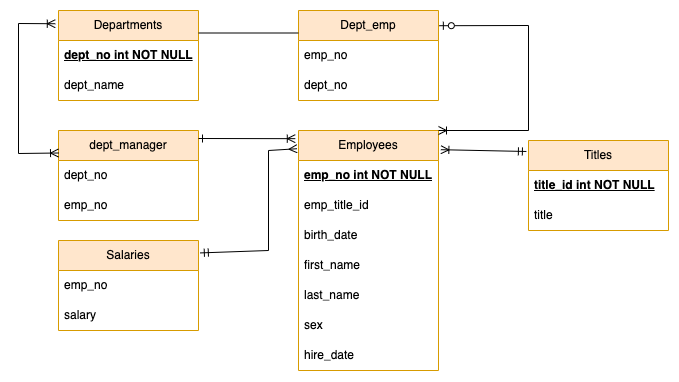
Before: Employee.drawio.png, a diagram exported from draw.io (mattf4171/sql-challenge). Source tidied: cells renumbered, new cells last; positions are measured from the earlier drawing's top-left corner, leaving out a move shared by most shapes. The source it was exported from:
```xml
<mxGraphModel>
  <root>
    <mxCell id="0" />
    <mxCell id="1" parent="0" />
    <mxCell id="2" value="Departments" style="swimlane;fontStyle=0;horizontal=1;startSize=30;whiteSpace=wrap;html=1;fillColor=#ffe6cc;strokeColor=#d79b00;" parent="1" vertex="1">
      <mxGeometry x="40" width="140" height="90" as="geometry" />
    </mxCell>
    <mxCell id="3" value="&lt;b&gt;&lt;u&gt;dept_no int NOT NULL&lt;/u&gt;&lt;/b&gt;" style="text;strokeColor=none;fillColor=none;align=left;verticalAlign=middle;spacingLeft=4;spacingRight=4;overflow=hidden;whiteSpace=wrap;html=1;" parent="2" vertex="1">
      <mxGeometry y="30" width="140" height="30" as="geometry" />
    </mxCell>
    <mxCell id="4" value="dept_name" style="text;strokeColor=none;fillColor=none;align=left;verticalAlign=middle;spacingLeft=4;spacingRight=4;overflow=hidden;whiteSpace=wrap;html=1;" parent="2" vertex="1">
      <mxGeometry y="60" width="140" height="30" as="geometry" />
    </mxCell>
    <mxCell id="5" value="Titles" style="swimlane;fontStyle=0;horizontal=1;startSize=30;whiteSpace=wrap;html=1;fillColor=#ffe6cc;strokeColor=#d79b00;" parent="1" vertex="1">
      <mxGeometry x="510" y="130" width="140" height="90" as="geometry" />
    </mxCell>
    <mxCell id="6" value="&lt;u&gt;&lt;b&gt;title_id&amp;nbsp;int NOT NULL&lt;/b&gt;&lt;/u&gt;" style="text;strokeColor=none;fillColor=none;align=left;verticalAlign=middle;spacingLeft=4;spacingRight=4;overflow=hidden;whiteSpace=wrap;html=1;" parent="5" vertex="1">
      <mxGeometry y="30" width="140" height="30" as="geometry" />
    </mxCell>
    <mxCell id="7" value="title" style="text;strokeColor=none;fillColor=none;align=left;verticalAlign=middle;spacingLeft=4;spacingRight=4;overflow=hidden;whiteSpace=wrap;html=1;" parent="5" vertex="1">
      <mxGeometry y="60" width="140" height="30" as="geometry" />
    </mxCell>
    <mxCell id="8" value="Employees" style="swimlane;fontStyle=0;horizontal=1;startSize=30;whiteSpace=wrap;html=1;fillColor=#ffe6cc;strokeColor=#d79b00;" parent="1" vertex="1">
      <mxGeometry x="280" y="120" width="140" height="240" as="geometry" />
    </mxCell>
    <mxCell id="9" value="&lt;b&gt;&lt;u&gt;emp_no int NOT NULL&lt;/u&gt;&lt;/b&gt;" style="text;strokeColor=none;fillColor=none;align=left;verticalAlign=middle;spacingLeft=4;spacingRight=4;overflow=hidden;whiteSpace=wrap;html=1;" parent="8" vertex="1">
      <mxGeometry y="30" width="140" height="30" as="geometry" />
    </mxCell>
    <mxCell id="10" value="emp_title_id" style="text;strokeColor=none;fillColor=none;align=left;verticalAlign=middle;spacingLeft=4;spacingRight=4;overflow=hidden;whiteSpace=wrap;html=1;" parent="8" vertex="1">
      <mxGeometry y="60" width="140" height="30" as="geometry" />
    </mxCell>
    <mxCell id="11" value="birth_date" style="text;strokeColor=none;fillColor=none;align=left;verticalAlign=middle;spacingLeft=4;spacingRight=4;overflow=hidden;whiteSpace=wrap;html=1;" parent="8" vertex="1">
      <mxGeometry y="90" width="140" height="30" as="geometry" />
    </mxCell>
    <mxCell id="12" value="first_name" style="text;strokeColor=none;fillColor=none;align=left;verticalAlign=middle;spacingLeft=4;spacingRight=4;overflow=hidden;whiteSpace=wrap;html=1;" parent="8" vertex="1">
      <mxGeometry y="120" width="140" height="30" as="geometry" />
    </mxCell>
    <mxCell id="13" value="last_name" style="text;strokeColor=none;fillColor=none;align=left;verticalAlign=middle;spacingLeft=4;spacingRight=4;overflow=hidden;whiteSpace=wrap;html=1;" parent="8" vertex="1">
      <mxGeometry y="150" width="140" height="30" as="geometry" />
    </mxCell>
    <mxCell id="14" value="sex" style="text;strokeColor=none;fillColor=none;align=left;verticalAlign=middle;spacingLeft=4;spacingRight=4;overflow=hidden;whiteSpace=wrap;html=1;" parent="8" vertex="1">
      <mxGeometry y="180" width="140" height="30" as="geometry" />
    </mxCell>
    <mxCell id="15" value="hire_date" style="text;strokeColor=none;fillColor=none;align=left;verticalAlign=middle;spacingLeft=4;spacingRight=4;overflow=hidden;whiteSpace=wrap;html=1;" parent="8" vertex="1">
      <mxGeometry y="210" width="140" height="30" as="geometry" />
    </mxCell>
    <mxCell id="16" value="Dept_emp" style="swimlane;fontStyle=0;horizontal=1;startSize=30;whiteSpace=wrap;html=1;fillColor=#ffe6cc;strokeColor=#d79b00;" parent="1" vertex="1">
      <mxGeometry x="280" width="140" height="90" as="geometry" />
    </mxCell>
    <mxCell id="17" value="emp_no" style="text;strokeColor=none;fillColor=none;align=left;verticalAlign=middle;spacingLeft=4;spacingRight=4;overflow=hidden;whiteSpace=wrap;html=1;" parent="16" vertex="1">
      <mxGeometry y="30" width="140" height="30" as="geometry" />
    </mxCell>
    <mxCell id="18" value="dept_no" style="text;strokeColor=none;fillColor=none;align=left;verticalAlign=middle;spacingLeft=4;spacingRight=4;overflow=hidden;whiteSpace=wrap;html=1;" parent="16" vertex="1">
      <mxGeometry y="60" width="140" height="30" as="geometry" />
    </mxCell>
    <mxCell id="19" value="dept_manager" style="swimlane;fontStyle=0;horizontal=1;startSize=30;whiteSpace=wrap;html=1;fillColor=#ffe6cc;strokeColor=#d79b00;" parent="1" vertex="1">
      <mxGeometry x="40" y="120" width="140" height="90" as="geometry" />
    </mxCell>
    <mxCell id="20" value="dept_no" style="text;strokeColor=none;fillColor=none;align=left;verticalAlign=middle;spacingLeft=4;spacingRight=4;overflow=hidden;whiteSpace=wrap;html=1;" parent="19" vertex="1">
      <mxGeometry y="30" width="140" height="30" as="geometry" />
    </mxCell>
    <mxCell id="21" value="emp_no" style="text;strokeColor=none;fillColor=none;align=left;verticalAlign=middle;spacingLeft=4;spacingRight=4;overflow=hidden;whiteSpace=wrap;html=1;" parent="19" vertex="1">
      <mxGeometry y="60" width="140" height="30" as="geometry" />
    </mxCell>
    <mxCell id="22" value="Salaries" style="swimlane;fontStyle=0;horizontal=1;startSize=30;whiteSpace=wrap;html=1;fillColor=#ffe6cc;strokeColor=#d79b00;" parent="1" vertex="1">
      <mxGeometry x="40" y="230" width="140" height="90" as="geometry" />
    </mxCell>
    <mxCell id="23" value="emp_no" style="text;strokeColor=none;fillColor=none;align=left;verticalAlign=middle;spacingLeft=4;spacingRight=4;overflow=hidden;whiteSpace=wrap;html=1;" parent="22" vertex="1">
      <mxGeometry y="30" width="140" height="30" as="geometry" />
    </mxCell>
    <mxCell id="24" value="salary" style="text;strokeColor=none;fillColor=none;align=left;verticalAlign=middle;spacingLeft=4;spacingRight=4;overflow=hidden;whiteSpace=wrap;html=1;" parent="22" vertex="1">
      <mxGeometry y="60" width="140" height="30" as="geometry" />
    </mxCell>
    <mxCell id="25" style="endArrow=ERoneToMany;html=1;rounded=0;endFill=0;startArrow=ERone;startFill=0;entryX=-0.023;entryY=0.034;entryDx=0;entryDy=0;entryPerimeter=0;" parent="1" edge="1" target="8">
      <mxGeometry relative="1" as="geometry">
        <mxPoint x="180" y="128" as="sourcePoint" />
      </mxGeometry>
    </mxCell>
    <mxCell id="26" style="endArrow=ERoneToMany;html=1;rounded=0;entryX=-0.023;entryY=0.147;entryDx=0;entryDy=0;entryPerimeter=0;exitX=0;exitY=0.25;exitDx=0;exitDy=0;endFill=0;startArrow=ERoneToMany;startFill=0;" parent="1" edge="1" source="19" target="2">
      <mxGeometry relative="1" as="geometry">
        <Array as="points">
          <mxPoint y="143" />
          <mxPoint y="13" />
        </Array>
      </mxGeometry>
    </mxCell>
    <mxCell id="27" style="endArrow=ERzeroToOne;html=1;rounded=0;entryX=1.006;entryY=0.169;entryDx=0;entryDy=0;entryPerimeter=0;exitX=1;exitY=0;exitDx=0;exitDy=0;endFill=0;startArrow=ERoneToMany;startFill=0;" parent="1" edge="1" source="8" target="16">
      <mxGeometry relative="1" as="geometry">
        <Array as="points">
          <mxPoint x="510" y="120" />
          <mxPoint x="510" y="15" />
        </Array>
      </mxGeometry>
    </mxCell>
    <mxCell id="28" style="endArrow=none;html=1;rounded=0;entryX=0;entryY=0.25;entryDx=0;entryDy=0;exitX=1;exitY=0.25;exitDx=0;exitDy=0;" parent="1" edge="1" source="2" target="16">
      <mxGeometry relative="1" as="geometry" />
    </mxCell>
    <mxCell id="29" style="endArrow=ERmany;html=1;rounded=0;entryX=-0.011;entryY=0.076;entryDx=0;entryDy=0;entryPerimeter=0;endFill=0;startArrow=ERmandOne;startFill=0;exitX=1.013;exitY=0.138;exitDx=0;exitDy=0;exitPerimeter=0;" parent="1" edge="1" source="22" target="8">
      <mxGeometry relative="1" as="geometry">
        <Array as="points">
          <mxPoint x="250" y="240" />
          <mxPoint x="250" y="140" />
        </Array>
      </mxGeometry>
    </mxCell>
    <mxCell id="30" style="endArrow=ERmandOne;html=1;rounded=0;exitX=1.017;exitY=0.08;exitDx=0;exitDy=0;exitPerimeter=0;endFill=0;startArrow=ERoneToMany;startFill=0;entryX=-0.015;entryY=0.122;entryDx=0;entryDy=0;entryPerimeter=0;" parent="1" edge="1" source="8" target="5">
      <mxGeometry relative="1" as="geometry" />
    </mxCell>
  </root>
</mxGraphModel>
```
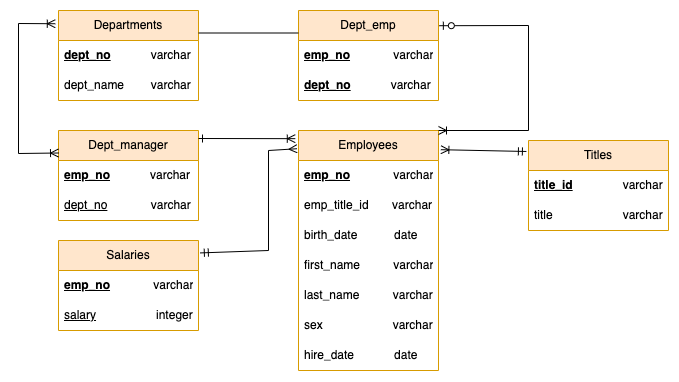
After the commit.

Change to the diagram source:
```diff
@@ -5,70 +5,70 @@
     <mxCell id="2" value="Departments" style="swimlane;fontStyle=0;horizontal=1;startSize=30;whiteSpace=wrap;html=1;fillColor=#ffe6cc;strokeColor=#d79b00;" parent="1" vertex="1">
       <mxGeometry x="40" width="140" height="90" as="geometry" />
     </mxCell>
-    <mxCell id="3" value="&lt;b&gt;&lt;u&gt;dept_no int NOT NULL&lt;/u&gt;&lt;/b&gt;" style="text;strokeColor=none;fillColor=none;align=left;verticalAlign=middle;spacingLeft=4;spacingRight=4;overflow=hidden;whiteSpace=wrap;html=1;" parent="2" vertex="1">
+    <mxCell id="3" value="&lt;b style=&quot;text-decoration-line: underline;&quot;&gt;dept_no&lt;/b&gt;&lt;b style=&quot;&quot;&gt;&amp;nbsp; &amp;nbsp; &amp;nbsp; &amp;nbsp; &amp;nbsp; &amp;nbsp; &lt;/b&gt;varchar" style="text;strokeColor=none;fillColor=none;align=left;verticalAlign=middle;spacingLeft=4;spacingRight=4;overflow=hidden;whiteSpace=wrap;html=1;" parent="2" vertex="1">
       <mxGeometry y="30" width="140" height="30" as="geometry" />
     </mxCell>
-    <mxCell id="4" value="dept_name" style="text;strokeColor=none;fillColor=none;align=left;verticalAlign=middle;spacingLeft=4;spacingRight=4;overflow=hidden;whiteSpace=wrap;html=1;" parent="2" vertex="1">
+    <mxCell id="4" value="dept_name&amp;nbsp; &amp;nbsp; &amp;nbsp; &amp;nbsp; varchar" style="text;strokeColor=none;fillColor=none;align=left;verticalAlign=middle;spacingLeft=4;spacingRight=4;overflow=hidden;whiteSpace=wrap;html=1;" parent="2" vertex="1">
       <mxGeometry y="60" width="140" height="30" as="geometry" />
     </mxCell>
     <mxCell id="5" value="Titles" style="swimlane;fontStyle=0;horizontal=1;startSize=30;whiteSpace=wrap;html=1;fillColor=#ffe6cc;strokeColor=#d79b00;" parent="1" vertex="1">
       <mxGeometry x="510" y="130" width="140" height="90" as="geometry" />
     </mxCell>
-    <mxCell id="6" value="&lt;u&gt;&lt;b&gt;title_id&amp;nbsp;int NOT NULL&lt;/b&gt;&lt;/u&gt;" style="text;strokeColor=none;fillColor=none;align=left;verticalAlign=middle;spacingLeft=4;spacingRight=4;overflow=hidden;whiteSpace=wrap;html=1;" parent="5" vertex="1">
+    <mxCell id="6" value="&lt;b style=&quot;text-decoration-line: underline;&quot;&gt;title_id&lt;/b&gt;&amp;nbsp; &amp;nbsp; &amp;nbsp; &amp;nbsp; &amp;nbsp; &amp;nbsp; &amp;nbsp; &amp;nbsp;varchar" style="text;strokeColor=none;fillColor=none;align=left;verticalAlign=middle;spacingLeft=4;spacingRight=4;overflow=hidden;whiteSpace=wrap;html=1;" parent="5" vertex="1">
       <mxGeometry y="30" width="140" height="30" as="geometry" />
     </mxCell>
-    <mxCell id="7" value="title" style="text;strokeColor=none;fillColor=none;align=left;verticalAlign=middle;spacingLeft=4;spacingRight=4;overflow=hidden;whiteSpace=wrap;html=1;" parent="5" vertex="1">
+    <mxCell id="7" value="title&amp;nbsp; &amp;nbsp; &amp;nbsp; &amp;nbsp; &amp;nbsp; &amp;nbsp; &amp;nbsp; &amp;nbsp; &amp;nbsp; &amp;nbsp; &amp;nbsp;varchar" style="text;strokeColor=none;fillColor=none;align=left;verticalAlign=middle;spacingLeft=4;spacingRight=4;overflow=hidden;whiteSpace=wrap;html=1;" parent="5" vertex="1">
       <mxGeometry y="60" width="140" height="30" as="geometry" />
     </mxCell>
     <mxCell id="8" value="Employees" style="swimlane;fontStyle=0;horizontal=1;startSize=30;whiteSpace=wrap;html=1;fillColor=#ffe6cc;strokeColor=#d79b00;" parent="1" vertex="1">
       <mxGeometry x="280" y="120" width="140" height="240" as="geometry" />
     </mxCell>
-    <mxCell id="9" value="&lt;b&gt;&lt;u&gt;emp_no int NOT NULL&lt;/u&gt;&lt;/b&gt;" style="text;strokeColor=none;fillColor=none;align=left;verticalAlign=middle;spacingLeft=4;spacingRight=4;overflow=hidden;whiteSpace=wrap;html=1;" parent="8" vertex="1">
+    <mxCell id="9" value="&lt;u style=&quot;font-weight: bold;&quot;&gt;emp_no&lt;/u&gt;&amp;nbsp; &amp;nbsp; &amp;nbsp; &amp;nbsp; &amp;nbsp; &amp;nbsp; &amp;nbsp;varchar" style="text;strokeColor=none;fillColor=none;align=left;verticalAlign=middle;spacingLeft=4;spacingRight=4;overflow=hidden;whiteSpace=wrap;html=1;" parent="8" vertex="1">
       <mxGeometry y="30" width="140" height="30" as="geometry" />
     </mxCell>
-    <mxCell id="10" value="emp_title_id" style="text;strokeColor=none;fillColor=none;align=left;verticalAlign=middle;spacingLeft=4;spacingRight=4;overflow=hidden;whiteSpace=wrap;html=1;" parent="8" vertex="1">
+    <mxCell id="10" value="emp_title_id&amp;nbsp; &amp;nbsp; &amp;nbsp; &amp;nbsp;varchar" style="text;strokeColor=none;fillColor=none;align=left;verticalAlign=middle;spacingLeft=4;spacingRight=4;overflow=hidden;whiteSpace=wrap;html=1;" parent="8" vertex="1">
       <mxGeometry y="60" width="140" height="30" as="geometry" />
     </mxCell>
-    <mxCell id="11" value="birth_date" style="text;strokeColor=none;fillColor=none;align=left;verticalAlign=middle;spacingLeft=4;spacingRight=4;overflow=hidden;whiteSpace=wrap;html=1;" parent="8" vertex="1">
+    <mxCell id="11" value="birth_date&amp;nbsp; &amp;nbsp; &amp;nbsp; &amp;nbsp; &amp;nbsp; &amp;nbsp;date" style="text;strokeColor=none;fillColor=none;align=left;verticalAlign=middle;spacingLeft=4;spacingRight=4;overflow=hidden;whiteSpace=wrap;html=1;" parent="8" vertex="1">
       <mxGeometry y="90" width="140" height="30" as="geometry" />
     </mxCell>
-    <mxCell id="12" value="first_name" style="text;strokeColor=none;fillColor=none;align=left;verticalAlign=middle;spacingLeft=4;spacingRight=4;overflow=hidden;whiteSpace=wrap;html=1;" parent="8" vertex="1">
+    <mxCell id="12" value="first_name&amp;nbsp; &amp;nbsp; &amp;nbsp; &amp;nbsp; &amp;nbsp; varchar" style="text;strokeColor=none;fillColor=none;align=left;verticalAlign=middle;spacingLeft=4;spacingRight=4;overflow=hidden;whiteSpace=wrap;html=1;" parent="8" vertex="1">
       <mxGeometry y="120" width="140" height="30" as="geometry" />
     </mxCell>
-    <mxCell id="13" value="last_name" style="text;strokeColor=none;fillColor=none;align=left;verticalAlign=middle;spacingLeft=4;spacingRight=4;overflow=hidden;whiteSpace=wrap;html=1;" parent="8" vertex="1">
+    <mxCell id="13" value="last_name&amp;nbsp; &amp;nbsp; &amp;nbsp; &amp;nbsp; &amp;nbsp; varchar" style="text;strokeColor=none;fillColor=none;align=left;verticalAlign=middle;spacingLeft=4;spacingRight=4;overflow=hidden;whiteSpace=wrap;html=1;" parent="8" vertex="1">
       <mxGeometry y="150" width="140" height="30" as="geometry" />
     </mxCell>
-    <mxCell id="14" value="sex" style="text;strokeColor=none;fillColor=none;align=left;verticalAlign=middle;spacingLeft=4;spacingRight=4;overflow=hidden;whiteSpace=wrap;html=1;" parent="8" vertex="1">
+    <mxCell id="14" value="sex&amp;nbsp; &amp;nbsp; &amp;nbsp; &amp;nbsp; &amp;nbsp; &amp;nbsp; &amp;nbsp; &amp;nbsp; &amp;nbsp; &amp;nbsp; &amp;nbsp;varchar" style="text;strokeColor=none;fillColor=none;align=left;verticalAlign=middle;spacingLeft=4;spacingRight=4;overflow=hidden;whiteSpace=wrap;html=1;" parent="8" vertex="1">
       <mxGeometry y="180" width="140" height="30" as="geometry" />
     </mxCell>
-    <mxCell id="15" value="hire_date" style="text;strokeColor=none;fillColor=none;align=left;verticalAlign=middle;spacingLeft=4;spacingRight=4;overflow=hidden;whiteSpace=wrap;html=1;" parent="8" vertex="1">
+    <mxCell id="15" value="hire_date&amp;nbsp; &amp;nbsp; &amp;nbsp; &amp;nbsp; &amp;nbsp; &amp;nbsp; date" style="text;strokeColor=none;fillColor=none;align=left;verticalAlign=middle;spacingLeft=4;spacingRight=4;overflow=hidden;whiteSpace=wrap;html=1;" parent="8" vertex="1">
       <mxGeometry y="210" width="140" height="30" as="geometry" />
     </mxCell>
     <mxCell id="16" value="Dept_emp" style="swimlane;fontStyle=0;horizontal=1;startSize=30;whiteSpace=wrap;html=1;fillColor=#ffe6cc;strokeColor=#d79b00;" parent="1" vertex="1">
       <mxGeometry x="280" width="140" height="90" as="geometry" />
     </mxCell>
-    <mxCell id="17" value="emp_no" style="text;strokeColor=none;fillColor=none;align=left;verticalAlign=middle;spacingLeft=4;spacingRight=4;overflow=hidden;whiteSpace=wrap;html=1;" parent="16" vertex="1">
+    <mxCell id="17" value="&lt;b style=&quot;text-decoration-line: underline;&quot;&gt;emp_no&lt;/b&gt;&amp;nbsp; &amp;nbsp; &amp;nbsp; &amp;nbsp; &amp;nbsp; &amp;nbsp; &amp;nbsp;varchar" style="text;strokeColor=none;fillColor=none;align=left;verticalAlign=middle;spacingLeft=4;spacingRight=4;overflow=hidden;whiteSpace=wrap;html=1;" parent="16" vertex="1">
       <mxGeometry y="30" width="140" height="30" as="geometry" />
     </mxCell>
-    <mxCell id="18" value="dept_no" style="text;strokeColor=none;fillColor=none;align=left;verticalAlign=middle;spacingLeft=4;spacingRight=4;overflow=hidden;whiteSpace=wrap;html=1;" parent="16" vertex="1">
+    <mxCell id="18" value="&lt;b style=&quot;text-decoration-line: underline;&quot;&gt;dept_no&lt;/b&gt;&amp;nbsp; &amp;nbsp; &amp;nbsp; &amp;nbsp; &amp;nbsp; &amp;nbsp; varchar" style="text;strokeColor=none;fillColor=none;align=left;verticalAlign=middle;spacingLeft=4;spacingRight=4;overflow=hidden;whiteSpace=wrap;html=1;" parent="16" vertex="1">
       <mxGeometry y="60" width="140" height="30" as="geometry" />
     </mxCell>
-    <mxCell id="19" value="dept_manager" style="swimlane;fontStyle=0;horizontal=1;startSize=30;whiteSpace=wrap;html=1;fillColor=#ffe6cc;strokeColor=#d79b00;" parent="1" vertex="1">
+    <mxCell id="19" value="Dept_manager" style="swimlane;fontStyle=0;horizontal=1;startSize=30;whiteSpace=wrap;html=1;fillColor=#ffe6cc;strokeColor=#d79b00;" parent="1" vertex="1">
       <mxGeometry x="40" y="120" width="140" height="90" as="geometry" />
     </mxCell>
-    <mxCell id="20" value="dept_no" style="text;strokeColor=none;fillColor=none;align=left;verticalAlign=middle;spacingLeft=4;spacingRight=4;overflow=hidden;whiteSpace=wrap;html=1;" parent="19" vertex="1">
+    <mxCell id="20" value="&lt;b style=&quot;text-decoration-line: underline;&quot;&gt;emp_no&lt;/b&gt;&amp;nbsp; &amp;nbsp; &amp;nbsp; &amp;nbsp; &amp;nbsp; &amp;nbsp; varchar" style="text;strokeColor=none;fillColor=none;align=left;verticalAlign=middle;spacingLeft=4;spacingRight=4;overflow=hidden;whiteSpace=wrap;html=1;" parent="19" vertex="1">
       <mxGeometry y="30" width="140" height="30" as="geometry" />
     </mxCell>
-    <mxCell id="21" value="emp_no" style="text;strokeColor=none;fillColor=none;align=left;verticalAlign=middle;spacingLeft=4;spacingRight=4;overflow=hidden;whiteSpace=wrap;html=1;" parent="19" vertex="1">
+    <mxCell id="21" value="&lt;u&gt;dept_no&lt;/u&gt;&amp;nbsp; &amp;nbsp; &amp;nbsp; &amp;nbsp; &amp;nbsp; &amp;nbsp; &amp;nbsp;varchar" style="text;strokeColor=none;fillColor=none;align=left;verticalAlign=middle;spacingLeft=4;spacingRight=4;overflow=hidden;whiteSpace=wrap;html=1;" parent="19" vertex="1">
       <mxGeometry y="60" width="140" height="30" as="geometry" />
     </mxCell>
     <mxCell id="22" value="Salaries" style="swimlane;fontStyle=0;horizontal=1;startSize=30;whiteSpace=wrap;html=1;fillColor=#ffe6cc;strokeColor=#d79b00;" parent="1" vertex="1">
       <mxGeometry x="40" y="230" width="140" height="90" as="geometry" />
     </mxCell>
-    <mxCell id="23" value="emp_no" style="text;strokeColor=none;fillColor=none;align=left;verticalAlign=middle;spacingLeft=4;spacingRight=4;overflow=hidden;whiteSpace=wrap;html=1;" parent="22" vertex="1">
+    <mxCell id="23" value="&lt;b style=&quot;text-decoration-line: underline;&quot;&gt;emp_no&lt;/b&gt;&amp;nbsp; &amp;nbsp; &amp;nbsp; &amp;nbsp; &amp;nbsp; &amp;nbsp; &amp;nbsp;varchar" style="text;strokeColor=none;fillColor=none;align=left;verticalAlign=middle;spacingLeft=4;spacingRight=4;overflow=hidden;whiteSpace=wrap;html=1;" parent="22" vertex="1">
       <mxGeometry y="30" width="140" height="30" as="geometry" />
     </mxCell>
-    <mxCell id="24" value="salary" style="text;strokeColor=none;fillColor=none;align=left;verticalAlign=middle;spacingLeft=4;spacingRight=4;overflow=hidden;whiteSpace=wrap;html=1;" parent="22" vertex="1">
+    <mxCell id="24" value="&lt;u&gt;salary&lt;/u&gt;&amp;nbsp; &amp;nbsp; &amp;nbsp; &amp;nbsp; &amp;nbsp; &amp;nbsp; &amp;nbsp; &amp;nbsp; &amp;nbsp; integer" style="text;strokeColor=none;fillColor=none;align=left;verticalAlign=middle;spacingLeft=4;spacingRight=4;overflow=hidden;whiteSpace=wrap;html=1;" parent="22" vertex="1">
       <mxGeometry y="60" width="140" height="30" as="geometry" />
     </mxCell>
     <mxCell id="25" style="endArrow=ERoneToMany;html=1;rounded=0;endFill=0;startArrow=ERone;startFill=0;entryX=-0.023;entryY=0.034;entryDx=0;entryDy=0;entryPerimeter=0;" parent="1" edge="1" target="8">
```
